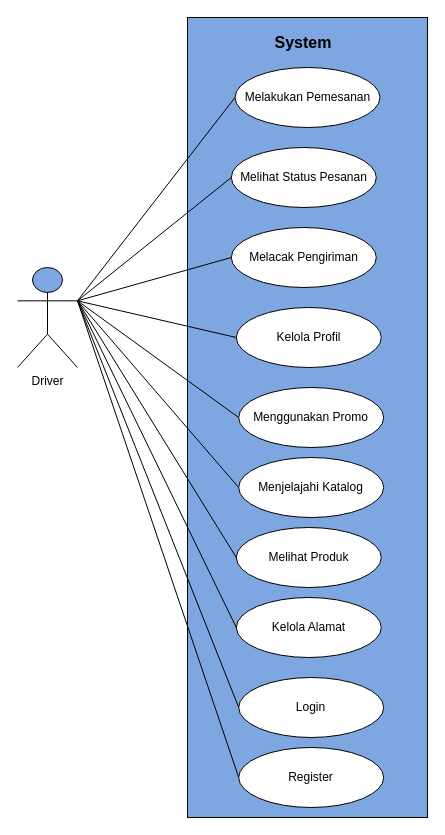
Simasco/diagram keeps this draw.io diagram as Boundary System Driver.drawio. Above is the earlier version. Source tidied: cells renumbered, new cells numbered last; positions are measured from the earlier drawing's top-left corner, leaving out a move shared by most shapes. Both pictures are drawn from the tidied source at 100%, with x=0, y=0 at pixel (17, 17).
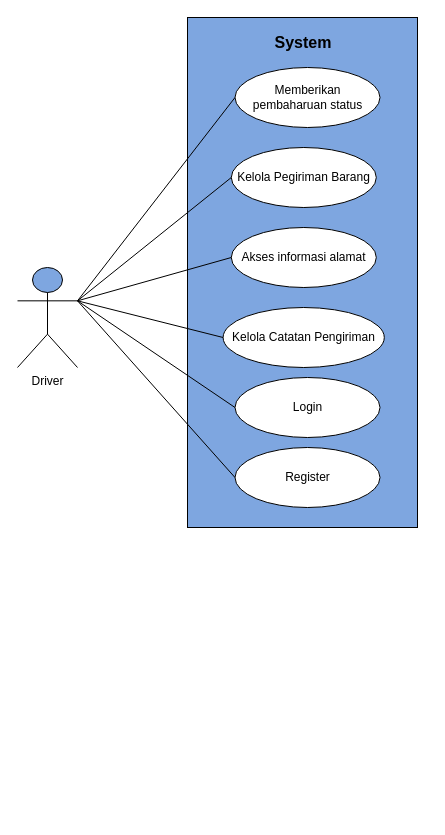
The same diagram, later.

The change refers to these unchanged cells:
```xml
<mxCell id="15" value="Driver" style="shape=umlActor;verticalLabelPosition=bottom;verticalAlign=top;html=1;outlineConnect=0;fillColor=#7EA6E0;" parent="1" vertex="1">
  <mxGeometry y="250" width="60" height="100" as="geometry" />
</mxCell>
```

What changed in the source:
```diff
@@
     <mxCell id="2" style="rounded=0;whiteSpace=wrap;html=1;fillColor=#7EA6E0;" parent="1" vertex="1">
-      <mxGeometry x="170" width="240" height="800" as="geometry" />
+      <mxGeometry x="170" width="230" height="510" as="geometry" />
     </mxCell>
-    <mxCell id="3" value="Melakukan Pemesanan" style="ellipse;whiteSpace=wrap;html=1;" parent="1" vertex="1">
+    <mxCell id="3" value="Memberikan pembaharuan status" style="ellipse;whiteSpace=wrap;html=1;" parent="1" vertex="1">
       <mxGeometry x="217.5" y="50" width="145" height="60" as="geometry" />
     </mxCell>
-    <mxCell id="4" value="Melihat Status Pesanan" style="ellipse;whiteSpace=wrap;html=1;" parent="1" vertex="1">
+    <mxCell id="4" value="Kelola Pegiriman Barang" style="ellipse;whiteSpace=wrap;html=1;" parent="1" vertex="1">
       <mxGeometry x="213.8" y="130" width="145" height="60" as="geometry" />
     </mxCell>
-    <mxCell id="5" value="Menjelajahi Katalog" style="ellipse;whiteSpace=wrap;html=1;" parent="1" vertex="1">
-      <mxGeometry x="221.2" y="440" width="145" height="60" as="geometry" />
-    </mxCell>
-    <mxCell id="6" value="Menggunakan Promo" style="ellipse;whiteSpace=wrap;html=1;" parent="1" vertex="1">
-      <mxGeometry x="221.2" y="370" width="145" height="60" as="geometry" />
-    </mxCell>
-    <mxCell id="7" value="Melihat Produk" style="ellipse;whiteSpace=wrap;html=1;" parent="1" vertex="1">
-      <mxGeometry x="218.8" y="510" width="145" height="60" as="geometry" />
-    </mxCell>
     <mxCell id="8" value="Register" style="ellipse;whiteSpace=wrap;html=1;" parent="1" vertex="1">
-      <mxGeometry x="221.2" y="730" width="145" height="60" as="geometry" />
+      <mxGeometry x="217.5" y="430" width="145" height="60" as="geometry" />
     </mxCell>
-    <mxCell id="9" value="Melacak Pengiriman" style="ellipse;whiteSpace=wrap;html=1;" parent="1" vertex="1">
+    <mxCell id="9" value="Akses informasi alamat" style="ellipse;whiteSpace=wrap;html=1;" parent="1" vertex="1">
       <mxGeometry x="213.8" y="210" width="145" height="60" as="geometry" />
     </mxCell>
@@
-    <mxCell id="11" value="Kelola Profil" style="ellipse;whiteSpace=wrap;html=1;" parent="1" vertex="1">
-      <mxGeometry x="218.8" y="290" width="145" height="60" as="geometry" />
+    <mxCell id="11" value="Kelola Catatan Pengiriman" style="ellipse;whiteSpace=wrap;html=1;" parent="1" vertex="1">
+      <mxGeometry x="205.6" y="290" width="161.2" height="60" as="geometry" />
     </mxCell>
-    <mxCell id="12" value="Kelola Alamat" style="ellipse;whiteSpace=wrap;html=1;" parent="1" vertex="1">
-      <mxGeometry x="218.8" y="580" width="145" height="60" as="geometry" />
-    </mxCell>
     <mxCell id="13" value="Login" style="ellipse;whiteSpace=wrap;html=1;" parent="1" vertex="1">
-      <mxGeometry x="221.2" y="660" width="145" height="60" as="geometry" />
+      <mxGeometry x="217.5" y="360" width="145" height="60" as="geometry" />
     </mxCell>
@@
-    <mxCell id="19" style="rounded=0;jettySize=auto;html=1;exitX=1;exitY=0.3333333333333333;exitDx=0;exitDy=0;exitPerimeter=0;entryX=0;entryY=0.5;entryDx=0;entryDy=0;endArrow=none;endFill=0;" parent="1" edge="1" source="15" target="6">
-      <mxGeometry relative="1" as="geometry" />
-    </mxCell>
-    <mxCell id="20" style="rounded=0;jettySize=auto;html=1;exitX=1;exitY=0.3333333333333333;exitDx=0;exitDy=0;exitPerimeter=0;entryX=0;entryY=0.5;entryDx=0;entryDy=0;endArrow=none;endFill=0;" parent="1" edge="1" source="15" target="5">
-      <mxGeometry relative="1" as="geometry" />
-    </mxCell>
-    <mxCell id="21" style="rounded=0;jettySize=auto;html=1;exitX=1;exitY=0.3333333333333333;exitDx=0;exitDy=0;exitPerimeter=0;entryX=0;entryY=0.5;entryDx=0;entryDy=0;endArrow=none;endFill=0;" parent="1" edge="1" source="15" target="7">
-      <mxGeometry relative="1" as="geometry" />
-    </mxCell>
-    <mxCell id="22" style="rounded=0;jettySize=auto;html=1;exitX=1;exitY=0.3333333333333333;exitDx=0;exitDy=0;exitPerimeter=0;entryX=0;entryY=0.5;entryDx=0;entryDy=0;endArrow=none;endFill=0;" parent="1" edge="1" source="15" target="12">
-      <mxGeometry relative="1" as="geometry" />
-    </mxCell>
```
